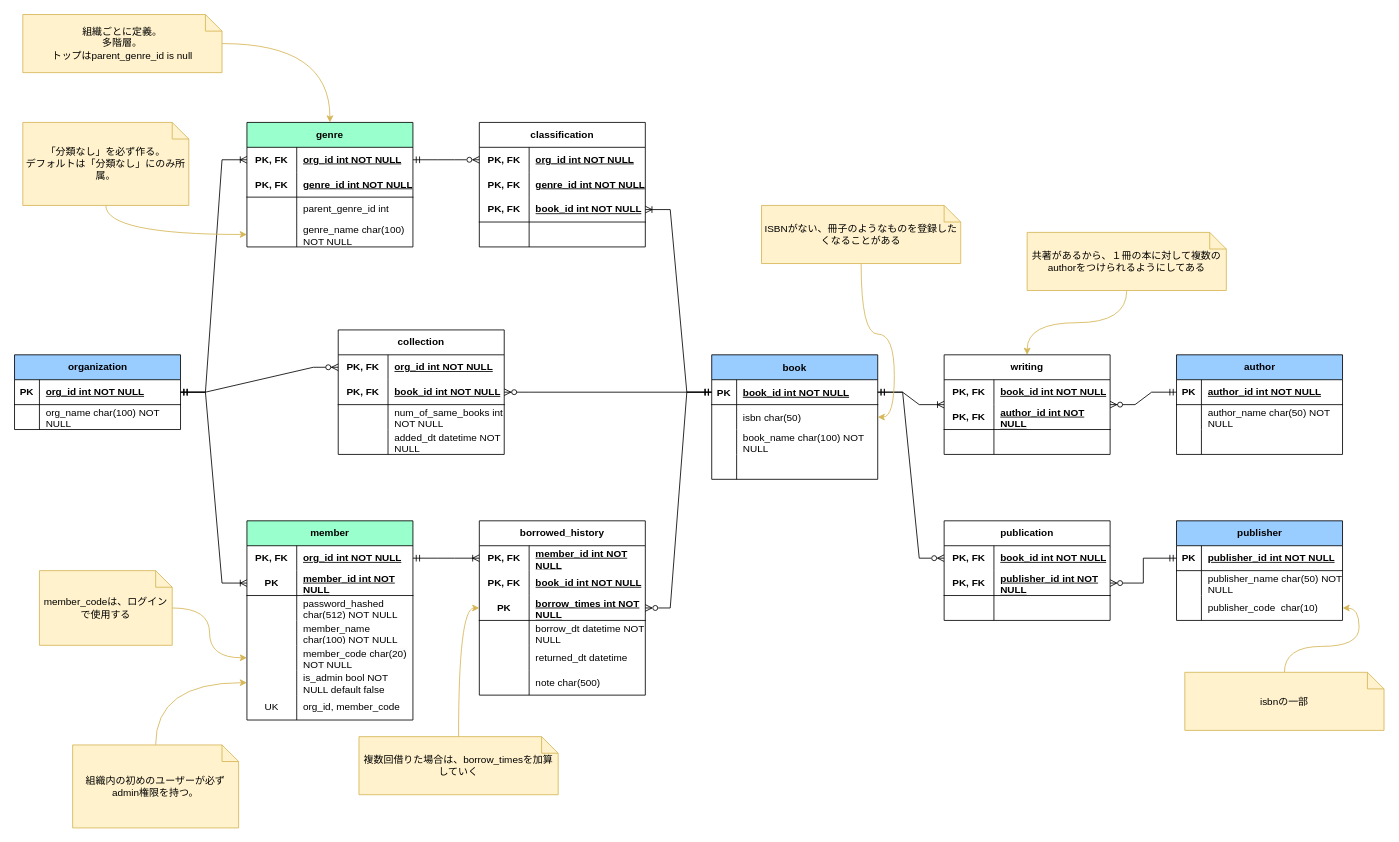
The draw.io diagram doc/er_diagram.drawio in yo16/bookshelf_2023, before the edit. Source tidied: cells renumbered, new cells numbered last; positions are measured from the earlier drawing's top-left corner, leaving out a move shared by most shapes. Both pictures are drawn from the tidied source at 83%, with x=0, y=0 at pixel (14, 14).
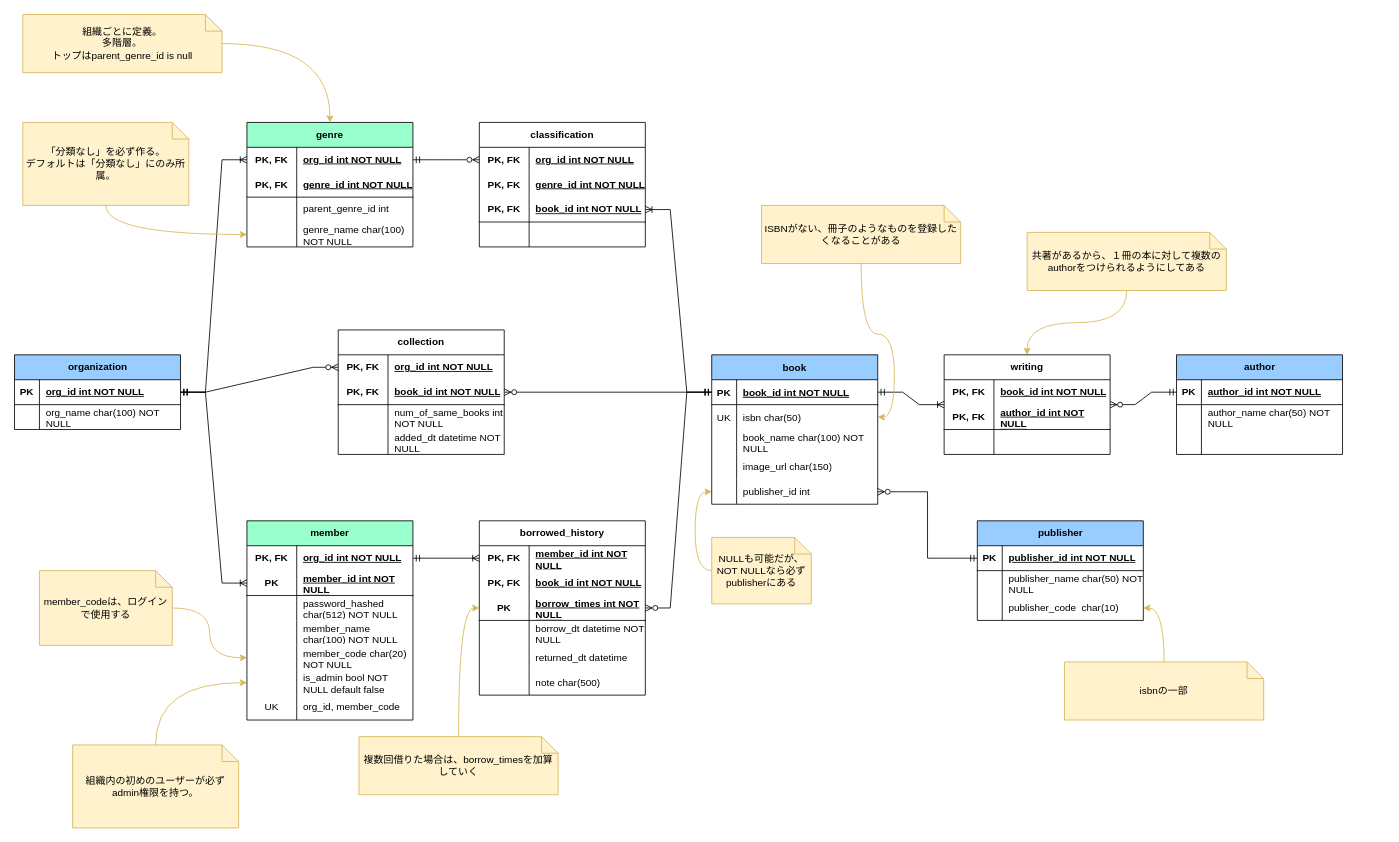
The same diagram, later.

Unchanged cells that the change refers to:
```xml
<mxCell id="3" style="shape=partialRectangle;fillColor=none;points=[[0,0.5],[1,0.5]];portConstraint=eastwest;top=0;left=0;right=0;bottom=1;" parent="2" vertex="1">
  <mxGeometry y="30" width="200" height="30" as="geometry" />
</mxCell>
<mxCell id="6" style="shape=partialRectangle;fillColor=none;points=[[0,0.5],[1,0.5]];portConstraint=eastwest;top=0;left=0;right=0;bottom=0;" parent="2" vertex="1">
  <mxGeometry y="60" width="200" height="30" as="geometry" />
</mxCell>
<mxCell id="12" style="shape=partialRectangle;fillColor=none;top=0;left=0;right=0;bottom=0;" parent="2" vertex="1">
  <mxGeometry y="120" width="200" height="30" as="geometry" />
</mxCell>
<mxCell id="38" style="shape=tableRow;horizontal=0;startSize=0;swimlaneHead=0;swimlaneBody=0;fillColor=none;points=[[0,0.5],[1,0.5]];portConstraint=eastwest;top=0;left=0;right=0;bottom=1;" parent="37" vertex="1">
  <mxGeometry y="30" width="200" height="30" as="geometry" />
</mxCell>
```

Change to the diagram source:
```diff
@@
     <mxCell id="2" value="book" style="shape=table;startSize=30;childLayout=tableLayout;rowLines=0;fontStyle=1;align=center;fillColor=#99CCFF;" parent="1" vertex="1">
-      <mxGeometry x="840" y="410" width="200" height="150" as="geometry" />
+      <mxGeometry x="840" y="410" width="200" height="180" as="geometry" />
     </mxCell>
@@
-    <mxCell id="7" style="shape=partialRectangle;overflow=hidden;fillColor=none;top=0;left=0;bottom=0;right=0;" parent="6" vertex="1">
+    <mxCell id="7" value="UK" style="shape=partialRectangle;overflow=hidden;fillColor=none;top=0;left=0;bottom=0;right=0;" parent="6" vertex="1">
       <mxGeometry width="30" height="30" as="geometry" />
     </mxCell>
@@
-    <mxCell id="14" style="shape=partialRectangle;overflow=hidden;fillColor=none;top=0;left=0;bottom=0;right=0;align=left;spacingLeft=6;verticalAlign=middle;whiteSpace=wrap;" parent="12" vertex="1">
+    <mxCell id="14" value="image_url char(150)" style="shape=partialRectangle;overflow=hidden;fillColor=none;top=0;left=0;bottom=0;right=0;align=left;spacingLeft=6;verticalAlign=middle;whiteSpace=wrap;" parent="12" vertex="1">
       <mxGeometry x="30" width="170" height="30" as="geometry" />
     </mxCell>
+    <mxCell id="170" style="shape=partialRectangle;fillColor=none;points=[[0,0.5],[1,0.5]];portConstraint=eastwest;top=0;left=0;right=0;bottom=0;" parent="2" vertex="1">
+      <mxGeometry y="150" width="200" height="30" as="geometry" />
+    </mxCell>
+    <mxCell id="171" style="shape=partialRectangle;overflow=hidden;fillColor=none;top=0;left=0;bottom=0;right=0;" parent="170" vertex="1">
+      <mxGeometry width="30" height="30" as="geometry" />
+    </mxCell>
+    <mxCell id="172" value="publisher_id int" style="shape=partialRectangle;overflow=hidden;fillColor=none;top=0;left=0;bottom=0;right=0;align=left;spacingLeft=6;verticalAlign=middle;whiteSpace=wrap;" parent="170" vertex="1">
+      <mxGeometry x="30" width="170" height="30" as="geometry" />
+    </mxCell>
@@
     <mxCell id="37" value="publisher" style="shape=table;startSize=30;childLayout=tableLayout;rowLines=0;fontStyle=1;align=center;html=1;fillColor=#99CCFF;" parent="1" vertex="1">
-      <mxGeometry x="1400" y="610" width="200" height="120" as="geometry" />
+      <mxGeometry x="1160" y="610" width="200" height="120" as="geometry" />
     </mxCell>
@@
-    <mxCell id="47" value="publication" style="shape=table;startSize=30;childLayout=tableLayout;rowLines=0;fontStyle=1;align=center;html=1;whiteSpace=wrap;" parent="1" vertex="1">
-      <mxGeometry x="1120" y="610" width="200" height="120" as="geometry" />
-    </mxCell>
-    <mxCell id="48" style="shape=tableRow;horizontal=0;startSize=0;swimlaneHead=0;swimlaneBody=0;fillColor=none;points=[[0,0.5],[1,0.5]];portConstraint=eastwest;top=0;left=0;right=0;bottom=0;html=1;" parent="47" vertex="1">
-      <mxGeometry y="30" width="200" height="30" as="geometry" />
-    </mxCell>
-    <mxCell id="49" value="PK, FK" style="shape=partialRectangle;fillColor=none;top=0;left=0;bottom=0;right=0;fontStyle=1;overflow=hidden;html=1;whiteSpace=wrap;" parent="48" vertex="1">
-      <mxGeometry width="60" height="30" as="geometry" />
-    </mxCell>
-    <mxCell id="50" value="book_id int NOT NULL" style="shape=partialRectangle;fillColor=none;top=0;left=0;bottom=0;right=0;align=left;spacingLeft=6;fontStyle=5;overflow=hidden;html=1;whiteSpace=wrap;" parent="48" vertex="1">
-      <mxGeometry x="60" width="140" height="30" as="geometry" />
-    </mxCell>
-    <mxCell id="51" style="shape=tableRow;horizontal=0;startSize=0;swimlaneHead=0;swimlaneBody=0;fillColor=none;points=[[0,0.5],[1,0.5]];portConstraint=eastwest;top=0;left=0;right=0;bottom=1;html=1;" parent="47" vertex="1">
-      <mxGeometry y="60" width="200" height="30" as="geometry" />
-    </mxCell>
-    <mxCell id="52" value="PK, FK" style="shape=partialRectangle;fillColor=none;top=0;left=0;bottom=0;right=0;fontStyle=1;overflow=hidden;html=1;whiteSpace=wrap;" parent="51" vertex="1">
-      <mxGeometry width="60" height="30" as="geometry" />
-    </mxCell>
-    <mxCell id="53" value="publisher_id int NOT NULL" style="shape=partialRectangle;fillColor=none;top=0;left=0;bottom=0;right=0;align=left;spacingLeft=6;fontStyle=5;overflow=hidden;html=1;whiteSpace=wrap;" parent="51" vertex="1">
-      <mxGeometry x="60" width="140" height="30" as="geometry" />
-    </mxCell>
-    <mxCell id="54" style="shape=tableRow;horizontal=0;startSize=0;swimlaneHead=0;swimlaneBody=0;fillColor=none;top=0;left=0;right=0;bottom=0;html=1;" parent="47" vertex="1">
-      <mxGeometry y="90" width="200" height="30" as="geometry" />
-    </mxCell>
-    <mxCell id="55" style="shape=partialRectangle;fillColor=none;top=0;left=0;bottom=0;right=0;overflow=hidden;html=1;whiteSpace=wrap;" parent="54" vertex="1">
-      <mxGeometry width="60" height="30" as="geometry" />
-    </mxCell>
-    <mxCell id="56" style="shape=partialRectangle;fillColor=none;top=0;left=0;bottom=0;right=0;align=left;spacingLeft=6;overflow=hidden;html=1;whiteSpace=wrap;" parent="54" vertex="1">
-      <mxGeometry x="60" width="140" height="30" as="geometry" />
-    </mxCell>
-    <mxCell id="57" style="edgeStyle=entityRelationEdgeStyle;fontSize=12;html=1;endArrow=ERzeroToMany;startArrow=ERmandOne;rounded=0;endFill=0;" parent="1" edge="1" source="3" target="48">
-      <mxGeometry relative="1" as="geometry" />
-    </mxCell>
-    <mxCell id="58" style="edgeStyle=orthogonalEdgeStyle;rounded=0;jettySize=auto;html=1;endArrow=ERmandOne;endFill=0;startArrow=ERzeroToMany;startFill=0;" parent="1" edge="1" source="51" target="38">
+    <mxCell id="58" style="edgeStyle=orthogonalEdgeStyle;rounded=0;jettySize=auto;html=1;endArrow=ERmandOne;endFill=0;startArrow=ERzeroToMany;startFill=0;" parent="1" edge="1" source="170" target="38">
       <mxGeometry relative="1" as="geometry" />
     </mxCell>
@@
     <mxCell id="143" value="isbnの一部" style="shape=note;size=20;whiteSpace=wrap;html=1;fillColor=#fff2cc;strokeColor=#d6b656;" parent="1" vertex="1">
-      <mxGeometry x="1410" y="792.5" width="240" height="70" as="geometry" />
+      <mxGeometry x="1265" y="780" width="240" height="70" as="geometry" />
     </mxCell>
@@
+    <mxCell id="173" style="edgeStyle=orthogonalEdgeStyle;jettySize=auto;html=1;fillColor=#fff2cc;strokeColor=#d6b656;curved=1;exitX=0;exitY=0.5;exitDx=0;exitDy=0;exitPerimeter=0;entryX=0;entryY=0.5;entryDx=0;entryDy=0;" parent="1" edge="1" source="174" target="170">
+      <mxGeometry relative="1" as="geometry" />
+    </mxCell>
+    <mxCell id="174" value="NULLも可能だが、NOT NULLなら必ずpublisherにある" style="shape=note;size=20;whiteSpace=wrap;html=1;fillColor=#fff2cc;strokeColor=#d6b656;" parent="1" vertex="1">
+      <mxGeometry x="840" y="630" width="120" height="80" as="geometry" />
+    </mxCell>
```
